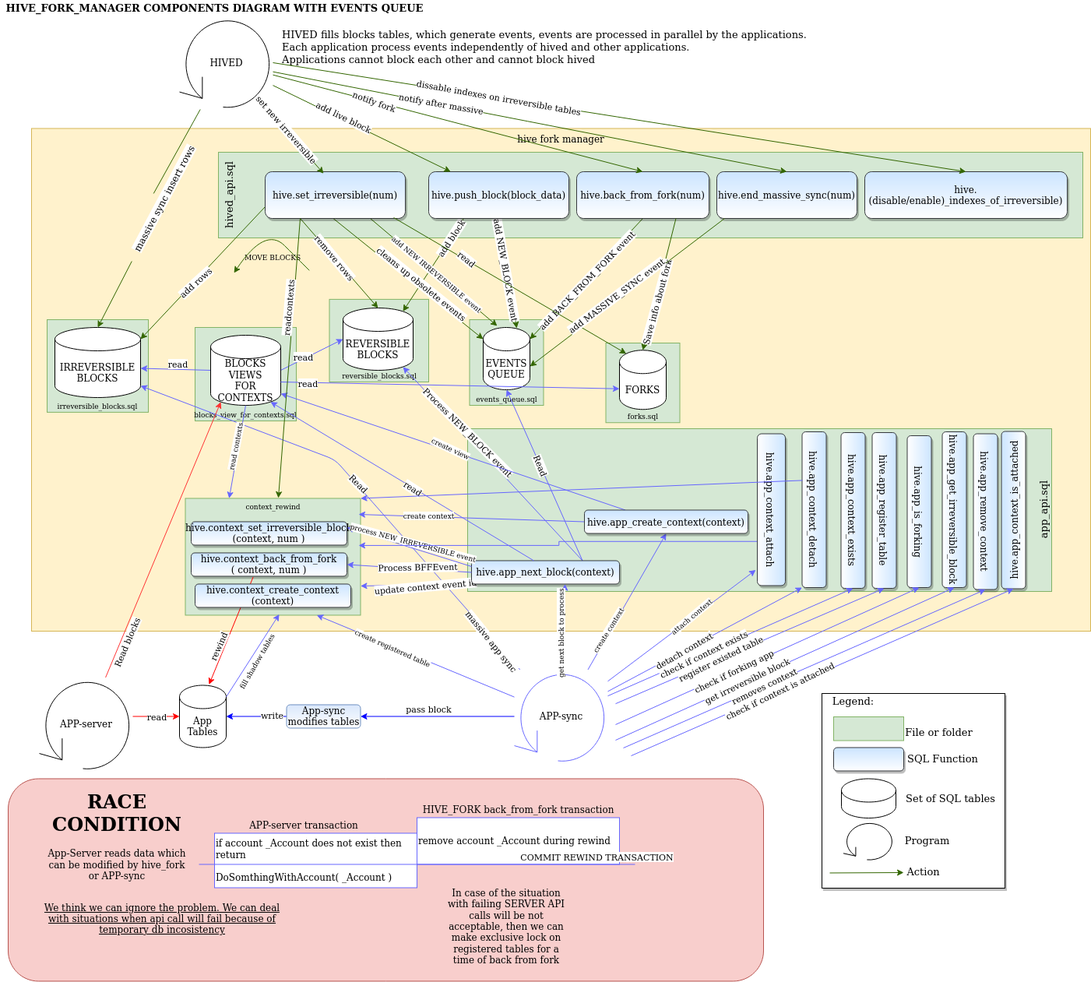
openhive-network/HAfAH keeps this draw.io diagram as src/hive_fork_manager/doc/evq_c3.png. Above is the earlier version. Source tidied: cells renumbered, new cells last; positions are measured from the earlier drawing's top-left corner, leaving out a move shared by most shapes.
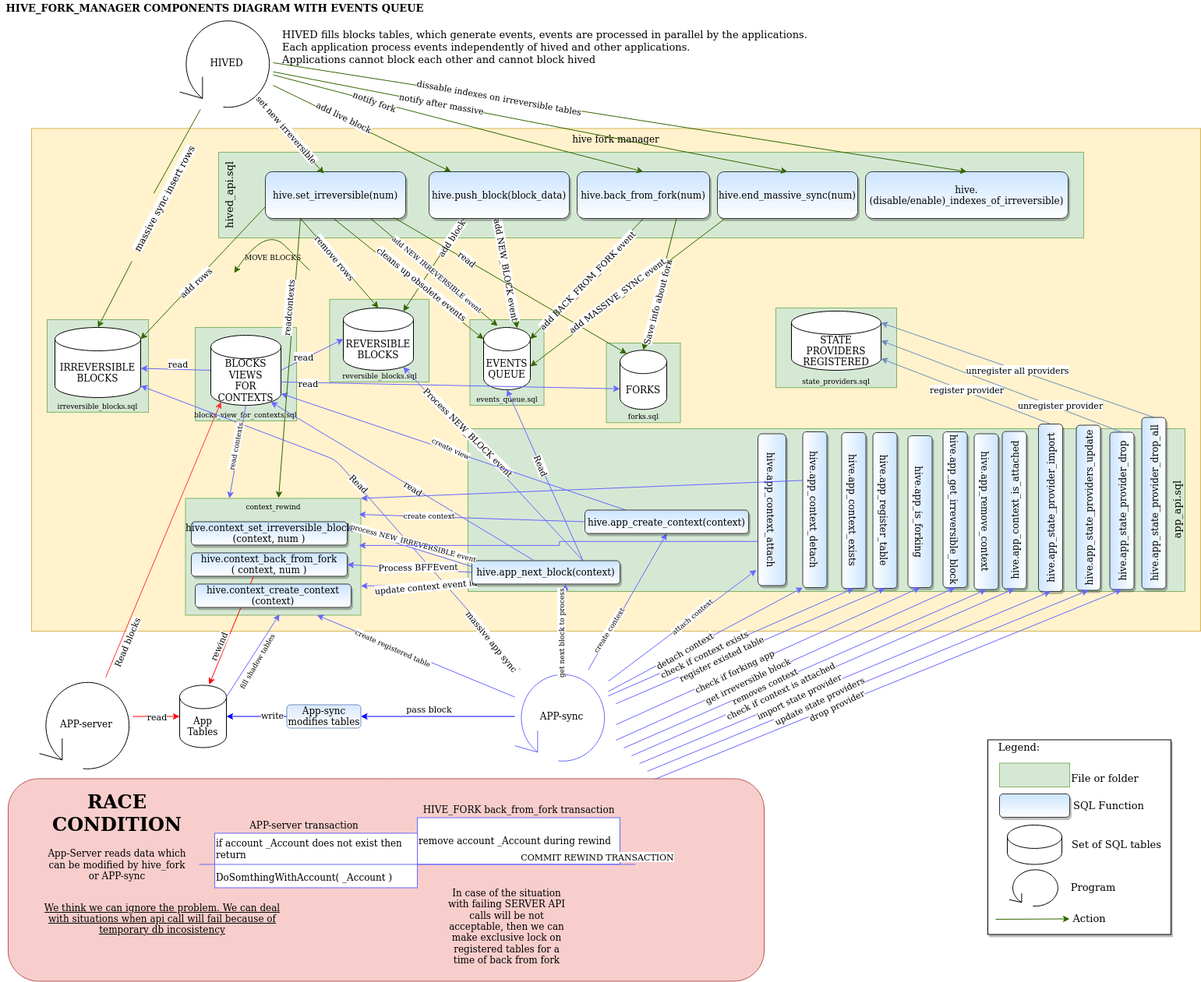
Above is the later version.

Diff of the diagram source:
```diff
@@ -3,7 +3,7 @@
     <mxCell id="0" />
     <mxCell id="1" parent="0" />
     <mxCell id="2" value="hive fork manager" style="rounded=0;whiteSpace=wrap;html=1;strokeColor=#d6b656;align=center;verticalAlign=top;fillColor=#fff2cc;" parent="1" vertex="1">
-      <mxGeometry x="40" y="164.5" width="1360" height="645.5" as="geometry" />
+      <mxGeometry x="40" y="164.5" width="1500" height="645.5" as="geometry" />
     </mxCell>
     <mxCell id="3" value="blocks_view_for_contexts.sql" style="rounded=0;whiteSpace=wrap;html=1;labelBackgroundColor=none;fontSize=9;verticalAlign=bottom;fillColor=#d5e8d4;strokeColor=#82b366;" parent="1" vertex="1">
       <mxGeometry x="250" y="420" width="130" height="120" as="geometry" />
@@ -21,10 +21,10 @@
       <mxGeometry x="60" y="410" width="130" height="118.9" as="geometry" />
     </mxCell>
     <mxCell id="8" style="rounded=0;whiteSpace=wrap;html=1;shadow=1;glass=0;sketch=0;hachureGap=4;fontSize=13;fontColor=#000000;gradientColor=#ffffff;verticalAlign=bottom;" parent="1" vertex="1">
-      <mxGeometry x="1055" y="890" width="235" height="250" as="geometry" />
+      <mxGeometry x="1267" y="949.5" width="235" height="250" as="geometry" />
     </mxCell>
     <mxCell id="9" value="app_api.sql" style="rounded=0;whiteSpace=wrap;html=1;labelBackgroundColor=none;fontSize=13;align=center;horizontal=0;verticalAlign=bottom;fillColor=#d5e8d4;strokeColor=#82b366;" parent="1" vertex="1">
-      <mxGeometry x="600" y="550" width="750" height="209" as="geometry" />
+      <mxGeometry x="600" y="550" width="920" height="209" as="geometry" />
     </mxCell>
     <mxCell id="10" value="&lt;div&gt;hived_api.sql&lt;/div&gt;" style="rounded=0;whiteSpace=wrap;html=1;labelBackgroundColor=none;fontSize=13;align=center;horizontal=0;verticalAlign=top;fillColor=#d5e8d4;strokeColor=#82b366;" parent="1" vertex="1">
       <mxGeometry x="280" y="195" width="1110" height="110" as="geometry" />
@@ -557,40 +557,91 @@
       <mxGeometry x="-0.22" relative="1" as="geometry" />
     </mxCell>
     <mxCell id="153" style="rounded=0;whiteSpace=wrap;html=1;labelBackgroundColor=none;fontSize=9;verticalAlign=top;fillColor=#d5e8d4;strokeColor=#82b366;" parent="1" vertex="1">
-      <mxGeometry x="1070" y="920" width="90" height="30.5" as="geometry" />
+      <mxGeometry x="1282" y="979.5" width="90" height="30.5" as="geometry" />
     </mxCell>
     <mxCell id="154" style="rounded=1;whiteSpace=wrap;html=1;align=center;fillColor=#cce5ff;strokeColor=#36393d;glass=0;sketch=0;shadow=1;gradientColor=#ffffff;" parent="1" vertex="1">
-      <mxGeometry x="1070" y="959.5" width="90" height="30" as="geometry" />
+      <mxGeometry x="1282" y="1019" width="90" height="30" as="geometry" />
     </mxCell>
     <mxCell id="155" style="shape=cylinder3;whiteSpace=wrap;html=1;boundedLbl=1;backgroundOutline=1;size=15;" parent="1" vertex="1">
-      <mxGeometry x="1080" y="999.5" width="70" height="50.5" as="geometry" />
+      <mxGeometry x="1292" y="1059" width="70" height="50.5" as="geometry" />
     </mxCell>
     <mxCell id="156" style="shape=mxgraph.bpmn.loop;html=1;" parent="1" vertex="1">
-      <mxGeometry x="1082.5" y="1054.2" width="65" height="50.5" as="geometry" />
+      <mxGeometry x="1294.5" y="1113.7" width="65" height="50.5" as="geometry" />
     </mxCell>
     <mxCell id="157" value="File or folder" style="text;html=1;align=center;verticalAlign=middle;strokeColor=none;fillColor=none;fontSize=13;fontColor=#000000;" parent="1" vertex="1">
-      <mxGeometry x="1155" y="930" width="100" height="20" as="geometry" />
+      <mxGeometry x="1367" y="989.5" width="100" height="20" as="geometry" />
     </mxCell>
     <mxCell id="158" value="SQL Function" style="text;html=1;align=center;verticalAlign=middle;strokeColor=none;fillColor=none;fontSize=13;fontColor=#000000;" parent="1" vertex="1">
-      <mxGeometry x="1155" y="964.5" width="110" height="20" as="geometry" />
+      <mxGeometry x="1367" y="1024" width="110" height="20" as="geometry" />
     </mxCell>
     <mxCell id="159" value="Set of SQL tables" style="text;html=1;align=center;verticalAlign=middle;strokeColor=none;fillColor=none;fontSize=13;fontColor=#000000;" parent="1" vertex="1">
-      <mxGeometry x="1155" y="1014.7" width="130" height="20" as="geometry" />
+      <mxGeometry x="1367" y="1074.2" width="130" height="20" as="geometry" />
     </mxCell>
     <mxCell id="160" value="Program" style="text;html=1;align=center;verticalAlign=middle;strokeColor=none;fillColor=none;fontSize=13;fontColor=#000000;" parent="1" vertex="1">
-      <mxGeometry x="1155" y="1069.5" width="70" height="20" as="geometry" />
+      <mxGeometry x="1367" y="1129" width="70" height="20" as="geometry" />
     </mxCell>
     <mxCell id="161" value="Legend:" style="text;html=1;align=center;verticalAlign=middle;strokeColor=none;fillColor=none;fontSize=13;fontColor=#000000;" parent="1" vertex="1">
-      <mxGeometry x="1060" y="890" width="70" height="20" as="geometry" />
+      <mxGeometry x="1272" y="949.5" width="70" height="20" as="geometry" />
     </mxCell>
     <mxCell id="162" style="endArrow=classic;html=1;fillColor=#f8cecc;strokeColor=#336600;" parent="1" edge="1">
       <mxGeometry relative="1" as="geometry">
-        <mxPoint x="1065" y="1120.5" as="sourcePoint" />
-        <mxPoint x="1160" y="1120" as="targetPoint" />
+        <mxPoint x="1277" y="1180" as="sourcePoint" />
+        <mxPoint x="1372" y="1179.5" as="targetPoint" />
       </mxGeometry>
     </mxCell>
     <mxCell id="163" value="Action" style="text;html=1;align=center;verticalAlign=middle;strokeColor=none;fillColor=none;fontSize=13;fontColor=#000000;" parent="1" vertex="1">
-      <mxGeometry x="1155" y="1109.5" width="60" height="20" as="geometry" />
+      <mxGeometry x="1367" y="1169" width="60" height="20" as="geometry" />
     </mxCell>
+    <mxCell id="164" value="state_providers.sql" style="rounded=0;whiteSpace=wrap;html=1;labelBackgroundColor=none;fontSize=9;verticalAlign=bottom;fillColor=#d5e8d4;strokeColor=#82b366;" parent="1" vertex="1">
+      <mxGeometry x="995" y="395" width="155" height="102.2" as="geometry" />
+    </mxCell>
+    <mxCell id="165" value="&lt;div&gt;STATE&lt;/div&gt;&lt;div&gt;PROVIDERS&lt;/div&gt;&lt;div&gt;REGISTERED&lt;br&gt;&lt;/div&gt;" style="shape=cylinder3;whiteSpace=wrap;html=1;boundedLbl=1;backgroundOutline=1;size=15;" parent="1" vertex="1">
+      <mxGeometry x="1015" y="399" width="115" height="76" as="geometry" />
+    </mxCell>
+    <mxCell id="166" value="register provider" style="rounded=0;jettySize=auto;html=1;exitX=1;exitY=0.5;exitDx=0;exitDy=0;entryX=1;entryY=1;entryDx=0;entryDy=-15;entryPerimeter=0;fillColor=#dae8fc;strokeColor=#6c8ebf;" parent="1" edge="1" source="167" target="165">
+      <mxGeometry y="-2" relative="1" as="geometry" />
+    </mxCell>
+    <mxCell id="167" value="hive.app_state_provider_import" style="rounded=1;whiteSpace=wrap;html=1;rotation=-90;fillColor=#cce5ff;strokeColor=#36393d;glass=0;sketch=0;shadow=1;gradientColor=#ffffff;" parent="1" vertex="1">
+      <mxGeometry x="1240" y="636" width="215" height="31" as="geometry" />
+    </mxCell>
+    <mxCell id="168" value="hive.app_state_providers_update" style="rounded=1;whiteSpace=wrap;html=1;rotation=-90;fillColor=#cce5ff;strokeColor=#36393d;glass=0;sketch=0;shadow=1;gradientColor=#ffffff;" parent="1" vertex="1">
+      <mxGeometry x="1290" y="636" width="212" height="31" as="geometry" />
+    </mxCell>
+    <mxCell id="169" value="unregister provider" style="edgeStyle=none;rounded=0;jettySize=auto;html=1;exitX=1;exitY=0.5;exitDx=0;exitDy=0;entryX=1;entryY=0.5;entryDx=0;entryDy=0;entryPerimeter=0;fillColor=#dae8fc;strokeColor=#6c8ebf;" parent="1" edge="1" source="170" target="165">
+      <mxGeometry x="-0.48" y="-4" relative="1" as="geometry" />
+    </mxCell>
+    <mxCell id="170" value="hive.app_state_provider_drop" style="rounded=1;whiteSpace=wrap;html=1;rotation=-90;fillColor=#cce5ff;strokeColor=#36393d;glass=0;sketch=0;shadow=1;gradientColor=#ffffff;" parent="1" vertex="1">
+      <mxGeometry x="1338" y="640" width="202" height="31" as="geometry" />
+    </mxCell>
+    <mxCell id="171" value="unregister all providers" style="edgeStyle=none;rounded=0;jettySize=auto;html=1;exitX=1;exitY=0.5;exitDx=0;exitDy=0;entryX=1;entryY=0;entryDx=0;entryDy=15;entryPerimeter=0;fillColor=#dae8fc;strokeColor=#6c8ebf;" parent="1" edge="1" source="172" target="165">
+      <mxGeometry relative="1" as="geometry" />
+    </mxCell>
+    <mxCell id="172" value="hive.app_state_provider_drop_all" style="rounded=1;whiteSpace=wrap;html=1;rotation=-90;fillColor=#cce5ff;strokeColor=#36393d;glass=0;sketch=0;shadow=1;gradientColor=#ffffff;" parent="1" vertex="1">
+      <mxGeometry x="1370" y="630" width="220" height="31" as="geometry" />
+    </mxCell>
+    <mxCell id="173" style="endArrow=classic;html=1;entryX=0;entryY=0.5;entryDx=0;entryDy=0;strokeColor=#6666FF;" parent="1" edge="1" target="167">
+      <mxGeometry relative="1" as="geometry">
+        <mxPoint x="820" y="980" as="sourcePoint" />
+      </mxGeometry>
+    </mxCell>
+    <mxCell id="174" value="import state provider" style="edgeLabel;html=1;align=center;verticalAlign=middle;fontColor=#000000;rotation=334;" parent="173" vertex="1">
+      <mxGeometry x="-0.22" relative="1" as="geometry" />
+    </mxCell>
+    <mxCell id="175" style="endArrow=classic;html=1;entryX=0;entryY=0.5;entryDx=0;entryDy=0;strokeColor=#6666FF;" parent="1" edge="1" target="168">
+      <mxGeometry relative="1" as="geometry">
+        <mxPoint x="830" y="990" as="sourcePoint" />
+      </mxGeometry>
+    </mxCell>
+    <mxCell id="176" value="update state providers" style="edgeLabel;html=1;align=center;verticalAlign=middle;fontColor=#000000;rotation=334;" parent="175" vertex="1">
+      <mxGeometry x="-0.22" relative="1" as="geometry" />
+    </mxCell>
+    <mxCell id="177" style="endArrow=classic;html=1;entryX=0;entryY=0.5;entryDx=0;entryDy=0;strokeColor=#6666FF;" parent="1" edge="1" target="170">
+      <mxGeometry relative="1" as="geometry">
+        <mxPoint x="840" y="1000" as="sourcePoint" />
+      </mxGeometry>
+    </mxCell>
+    <mxCell id="178" value="drop provider" style="edgeLabel;html=1;align=center;verticalAlign=middle;fontColor=#000000;rotation=334;" parent="177" vertex="1">
+      <mxGeometry x="-0.22" relative="1" as="geometry" />
+    </mxCell>
   </root>
 </mxGraphModel>
```
